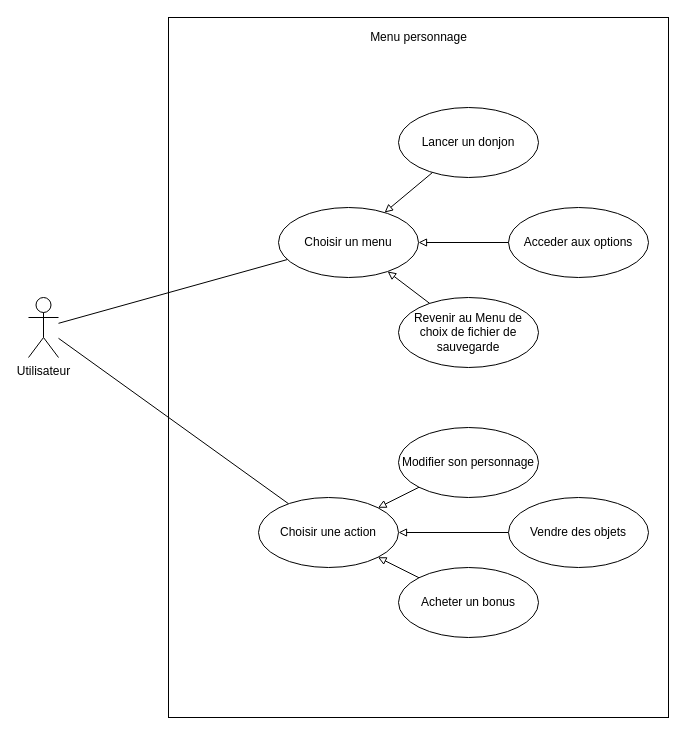
The draw.io diagram Diagrammes/Diagramme cas d'utilisation - MenuPersonnage.drawio in Eoloc/M1MIAGE_ProjetUML, before the edit. Source tidied: cells renumbered, new cells numbered last; positions are measured from the earlier drawing's top-left corner, leaving out a move shared by most shapes. Both pictures are drawn from the tidied source at 100%, with x=0, y=0 at pixel (28, 17).
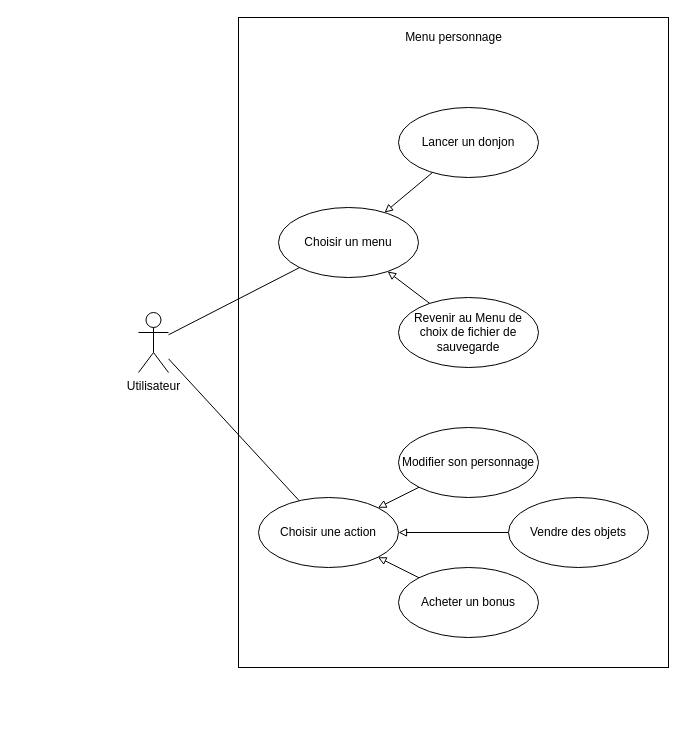
After the change.

Unchanged cells that the change refers to:
```xml
<mxCell id="13" value="Choisir un menu" style="ellipse;whiteSpace=wrap;html=1;" parent="1" vertex="1">
  <mxGeometry x="250" y="190" width="140" height="70" as="geometry" />
</mxCell>
```

What changed in the source:
```diff
@@
     <mxCell id="2" style="rounded=0;whiteSpace=wrap;html=1;" parent="1" vertex="1">
-      <mxGeometry x="140" width="500" height="700" as="geometry" />
+      <mxGeometry x="210" width="430" height="650" as="geometry" />
     </mxCell>
@@
     <mxCell id="5" value="Utilisateur" style="shape=umlActor;verticalLabelPosition=bottom;verticalAlign=top;html=1;outlineConnect=0;" parent="1" vertex="1">
-      <mxGeometry y="280" width="30" height="60" as="geometry" />
+      <mxGeometry x="110" y="295" width="30" height="60" as="geometry" />
     </mxCell>
-    <mxCell id="6" value="Acceder aux options" style="ellipse;whiteSpace=wrap;html=1;" parent="1" vertex="1">
-      <mxGeometry x="480" y="190" width="140" height="70" as="geometry" />
-    </mxCell>
@@
     <mxCell id="9" value="Menu personnage" style="text;html=1;align=center;verticalAlign=middle;strokeColor=none;" parent="1" vertex="1">
-      <mxGeometry x="335" y="10" width="110" height="20" as="geometry" />
+      <mxGeometry x="370" y="10" width="110" height="20" as="geometry" />
     </mxCell>
@@
-    <mxCell id="11" style="edgeStyle=none;rounded=0;jettySize=auto;html=1;startArrow=block;startFill=0;endArrow=none;endFill=0;" parent="1" edge="1" source="13" target="6">
-      <mxGeometry relative="1" as="geometry" />
-    </mxCell>
```
